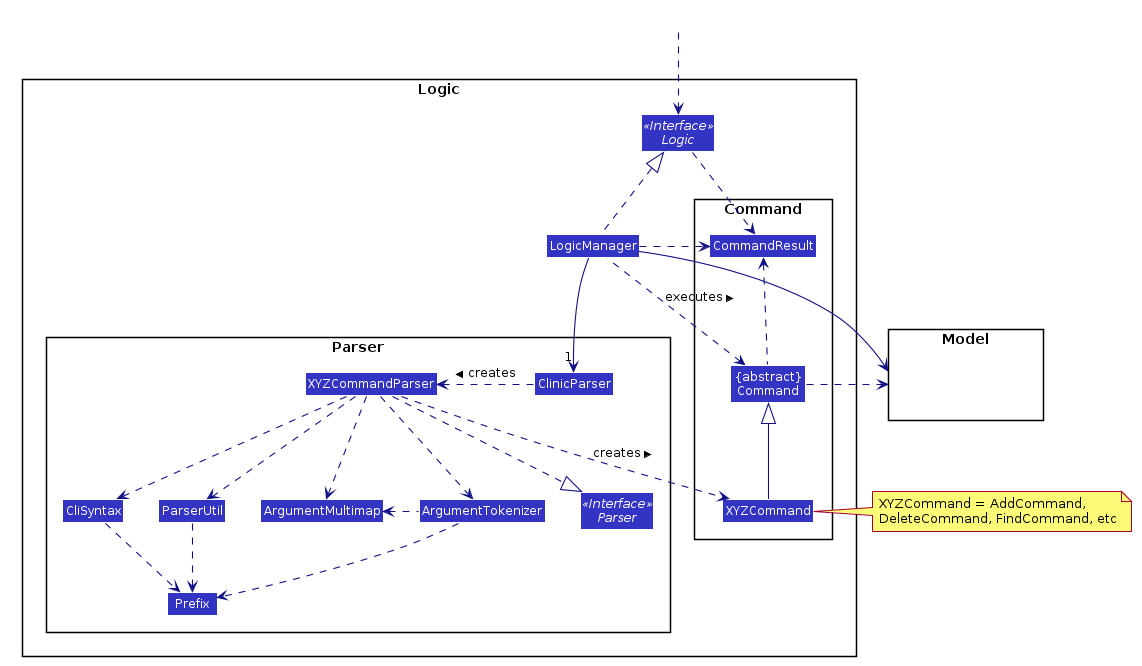
tohyuting/tp keeps this PlantUML diagram as docs/images/LogicClassDiagram.png. Above is the earlier version.
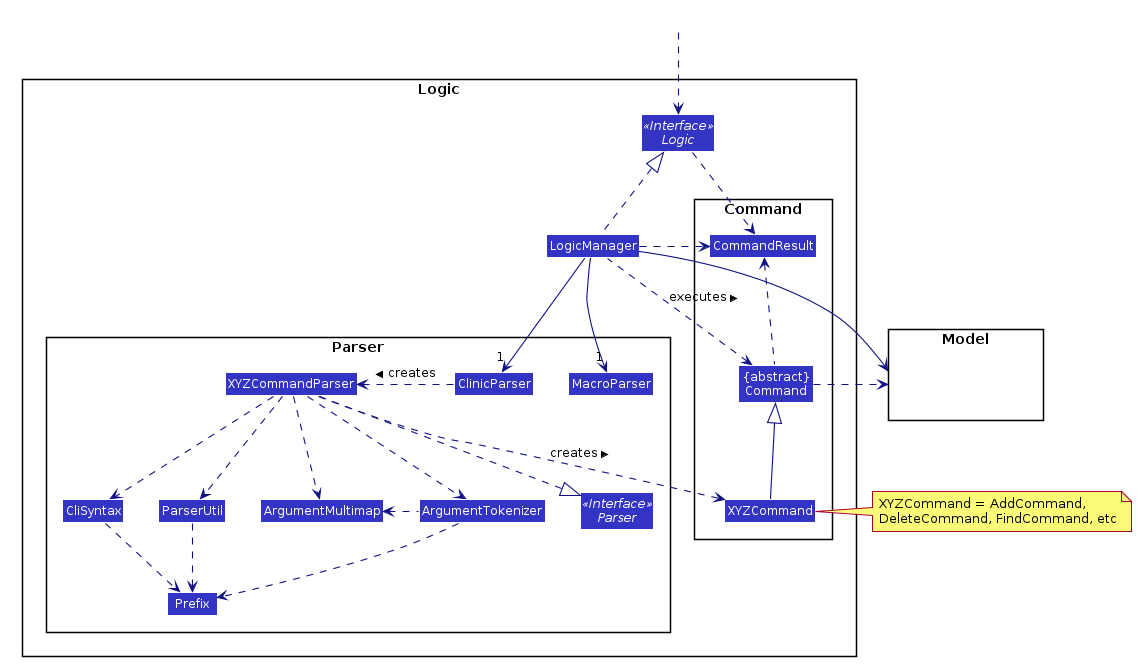
The same file after the commit.

Commit message:
Generate PNG images for PlantUML diagrams

What changed in the source:
```diff
@@ -56,6 +56,7 @@
 package Parser {
 Interface Parser <<Interface>>
 Class ClinicParser
+Class MacroParser
 Class XYZCommandParser
 Class CliSyntax
 Class ParserUtil
@@ -82,17 +83,18 @@
 HiddenOutside ..> Logic
 
 LogicManager .up.|> Logic
-LogicManager -->"1" ClinicParser
+LogicManager -down->"1" ClinicParser
+LogicManager -left->"1" MacroParser
 ClinicParser .left.> XYZCommandParser: creates >
 
-XYZCommandParser ..> XYZCommand : creates >
-XYZCommandParser ..|> Parser
-XYZCommandParser ..> ArgumentMultimap
-XYZCommandParser ..> ArgumentTokenizer
+XYZCommandParser .down.> XYZCommand : creates >
+XYZCommandParser .down.|> Parser
+XYZCommandParser .down.> ArgumentMultimap
+XYZCommandParser .down.> ArgumentTokenizer
+XYZCommandParser .down.> CliSyntax
+XYZCommandParser .down.> ParserUtil
 ArgumentTokenizer .left.> ArgumentMultimap
-XYZCommandParser ..> CliSyntax
-CliSyntax ..> Prefix
-XYZCommandParser ..> ParserUtil
+CliSyntax .down.> Prefix
 ParserUtil .down.> Prefix
 ArgumentTokenizer .down.> Prefix
 XYZCommand -up-|> Command
```
